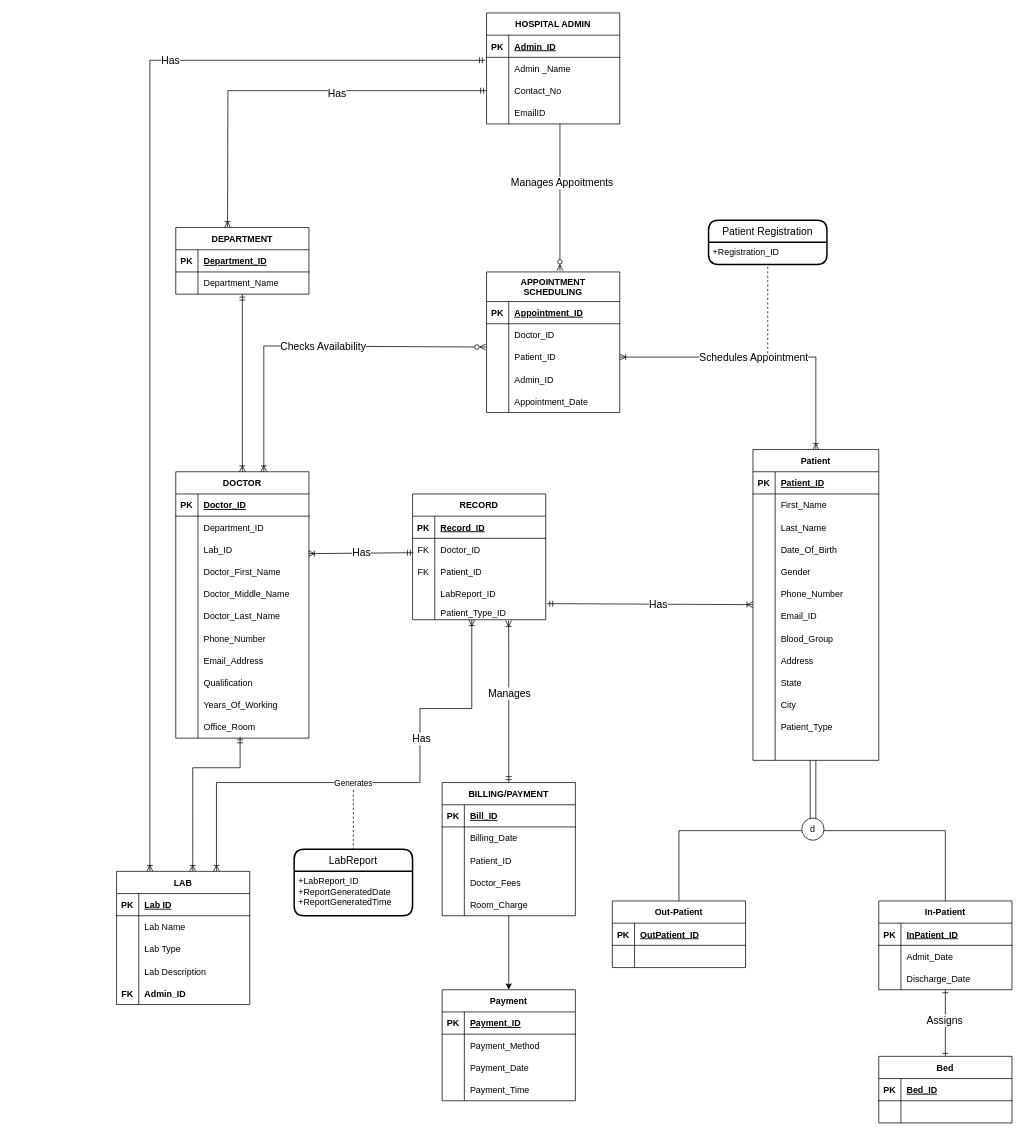
KashyapKompella/DAMG6210_HospitalManagementDatabase keeps this draw.io diagram as Untitled Diagram.drawio. Above is the earlier version. Source tidied: cells renumbered, new cells numbered last; positions are measured from the earlier drawing's top-left corner, leaving out a move shared by most shapes. Both pictures are drawn from the tidied source at 74%, with x=0, y=0 at pixel (116, 13).
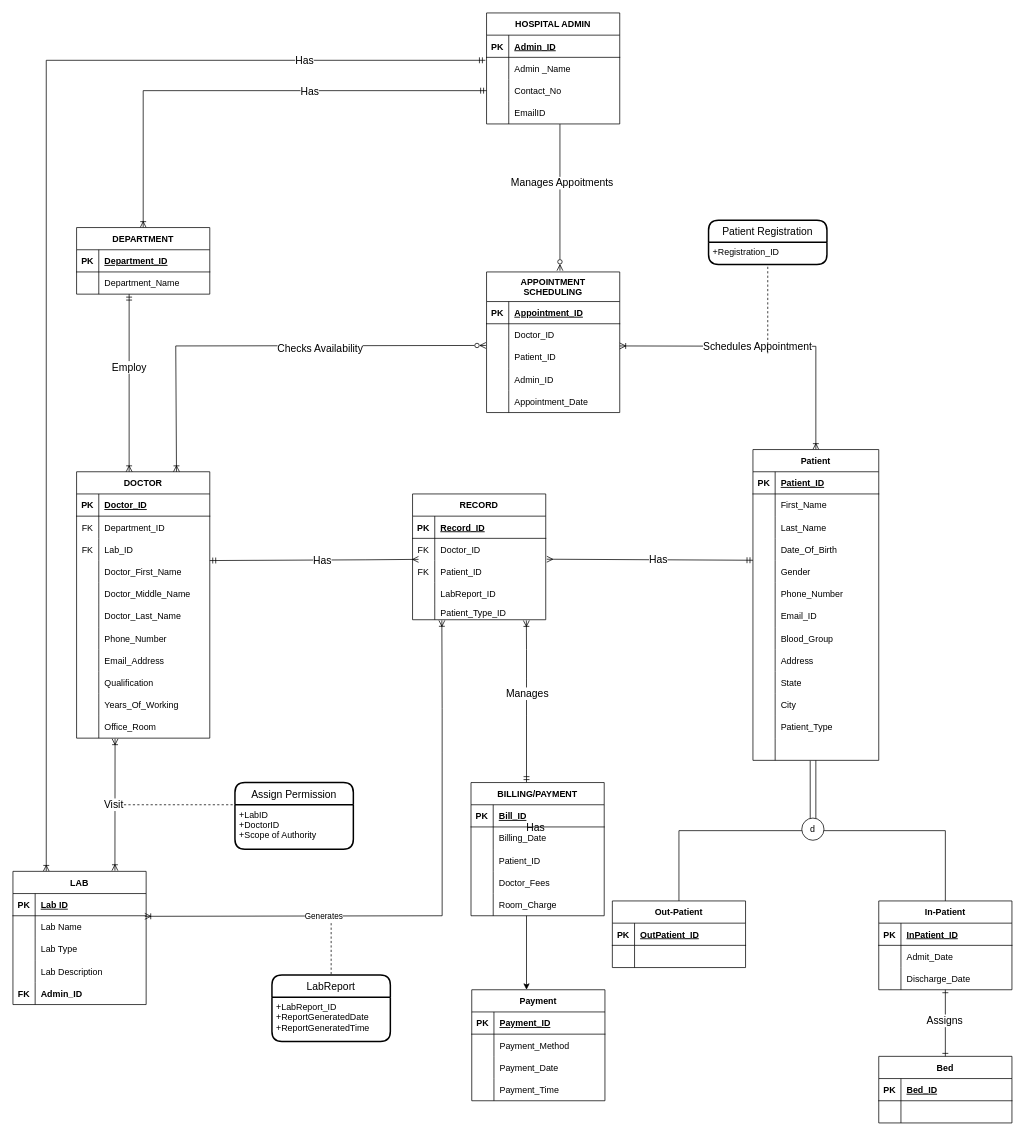
The same diagram, later.

Commit message:
Update about the Doctor part

Unchanged cells that the change refers to:
```xml
<mxCell id="10" style="edgeStyle=orthogonalEdgeStyle;rounded=0;jettySize=auto;html=1;startArrow=ERmandOne;startFill=0;endArrow=ERoneToMany;endFill=0;exitX=-0.009;exitY=0.133;exitDx=0;exitDy=0;entryX=0.25;entryY=0;entryDx=0;entryDy=0;exitPerimeter=0;" parent="1" edge="1" source="24" target="33">
  <mxGeometry relative="1" as="geometry" />
</mxCell>
<mxCell id="27" style="shape=tableRow;horizontal=0;startSize=0;swimlaneHead=0;swimlaneBody=0;fillColor=none;points=[[0,0.5],[1,0.5]];portConstraint=eastwest;top=0;left=0;right=0;bottom=0;" parent="20" vertex="1">
  <mxGeometry y="90" width="180" height="30" as="geometry" />
</mxCell>
<mxCell id="37" style="shape=tableRow;horizontal=0;startSize=0;swimlaneHead=0;swimlaneBody=0;fillColor=none;points=[[0,0.5],[1,0.5]];portConstraint=eastwest;top=0;left=0;right=0;bottom=0;" parent="33" vertex="1">
  <mxGeometry y="60" width="180" height="30" as="geometry" />
</mxCell>
<mxCell id="60" style="shape=tableRow;horizontal=0;startSize=0;swimlaneHead=0;swimlaneBody=0;fillColor=none;top=0;left=0;right=0;bottom=0;fontSize=12;" parent="56" vertex="1">
  <mxGeometry y="60" width="180" height="30" as="geometry" />
</mxCell>
<mxCell id="63" style="shape=tableRow;horizontal=0;startSize=0;swimlaneHead=0;swimlaneBody=0;fillColor=none;points=[[0,0.5],[1,0.5]];portConstraint=eastwest;top=0;left=0;right=0;bottom=0;fontSize=12;" parent="56" vertex="1">
  <mxGeometry y="90" width="180" height="30" as="geometry" />
</mxCell>
<mxCell id="87" style="shape=tableRow;horizontal=0;startSize=0;swimlaneHead=0;swimlaneBody=0;fillColor=none;points=[[0,0.5],[1,0.5]];portConstraint=eastwest;top=0;left=0;right=0;bottom=0;fontSize=12;" parent="56" vertex="1">
  <mxGeometry y="330" width="180" height="30" as="geometry" />
</mxCell>
<mxCell id="98" style="shape=tableRow;horizontal=0;startSize=0;swimlaneHead=0;swimlaneBody=0;fillColor=none;points=[[0,0.5],[1,0.5]];portConstraint=eastwest;top=0;left=0;right=0;bottom=0;fontSize=12;" parent="91" vertex="1">
  <mxGeometry y="100" width="180" height="30" as="geometry" />
</mxCell>
<mxCell id="145" value="Patient" style="shape=table;startSize=30;childLayout=tableLayout;rowLines=0;fontStyle=1;align=center;fontSize=12;" parent="1" vertex="1">
  <mxGeometry x="860" y="590" width="170" height="420" as="geometry" />
</mxCell>
<mxCell id="199" style="shape=tableRow;horizontal=0;startSize=0;swimlaneHead=0;swimlaneBody=0;fillColor=none;points=[[0,0.5],[1,0.5]];portConstraint=eastwest;top=0;left=0;right=0;bottom=0;" parent="195" vertex="1">
  <mxGeometry y="60" width="180" height="30" as="geometry" />
</mxCell>
<mxCell id="205" style="shape=tableRow;horizontal=0;startSize=0;swimlaneHead=0;swimlaneBody=0;fillColor=none;points=[[0,0.5],[1,0.5]];portConstraint=eastwest;top=0;left=0;right=0;bottom=0;" parent="195" vertex="1">
  <mxGeometry y="120" width="180" height="30" as="geometry" />
</mxCell>
<mxCell id="208" style="shape=tableRow;horizontal=0;startSize=0;swimlaneHead=0;swimlaneBody=0;fillColor=none;points=[[0,0.5],[1,0.5]];portConstraint=eastwest;top=0;left=0;right=0;bottom=0;" parent="195" vertex="1">
  <mxGeometry y="150" width="180" height="20" as="geometry" />
</mxCell>
```

Change to the diagram source:
```diff
@@
-    <mxCell id="4" style="edgeStyle=orthogonalEdgeStyle;rounded=0;jettySize=auto;html=1;startArrow=ERmandOne;startFill=0;endArrow=ERoneToMany;endFill=0;entryX=0.5;entryY=0;entryDx=0;entryDy=0;exitX=0;exitY=0.5;exitDx=0;exitDy=0;" parent="1" edge="1" source="27">
-      <mxGeometry relative="1" as="geometry">
-        <mxPoint x="150" y="290" as="targetPoint" />
-      </mxGeometry>
+    <mxCell id="4" style="edgeStyle=orthogonalEdgeStyle;rounded=0;jettySize=auto;html=1;startArrow=ERmandOne;startFill=0;endArrow=ERoneToMany;endFill=0;exitX=0;exitY=0.5;exitDx=0;exitDy=0;" parent="1" edge="1" source="27" target="49">
+      <mxGeometry relative="1" as="geometry" />
     </mxCell>
     <mxCell id="5" value="Has" style="edgeLabel;html=1;align=center;verticalAlign=middle;fontSize=14;" parent="4" vertex="1">
-      <mxGeometry x="-0.24" y="3" relative="1" as="geometry" />
+      <mxGeometry x="-0.24" y="3" relative="1" as="geometry">
+        <mxPoint x="7" y="-3" as="offset" />
+      </mxGeometry>
     </mxCell>
-    <mxCell id="6" style="edgeStyle=orthogonalEdgeStyle;rounded=0;jettySize=auto;html=1;endArrow=ERoneToMany;endFill=0;startArrow=ERoneToMany;startFill=0;exitX=1;exitY=0.5;exitDx=0;exitDy=0;entryX=0.5;entryY=0;entryDx=0;entryDy=0;" parent="1" edge="1" source="98" target="145">
-      <mxGeometry relative="1" as="geometry" />
+    <mxCell id="6" style="edgeStyle=orthogonalEdgeStyle;rounded=0;jettySize=auto;html=1;endArrow=ERoneToMany;endFill=0;startArrow=ERoneToMany;startFill=0;exitX=1;exitY=0.5;exitDx=0;exitDy=0;entryX=0.5;entryY=0;entryDx=0;entryDy=0;" parent="1" edge="1" target="145">
+      <mxGeometry relative="1" as="geometry">
+        <mxPoint x="680" y="450" as="sourcePoint" />
+      </mxGeometry>
     </mxCell>
@@
-    <mxCell id="8" style="rounded=0;jettySize=auto;html=1;endArrow=ERmandOne;endFill=0;startArrow=ERoneToMany;startFill=0;exitX=0.721;exitY=1.05;exitDx=0;exitDy=0;exitPerimeter=0;" parent="1" edge="1" source="208" target="107">
+    <mxCell id="8" style="rounded=0;orthogonalLoop=1;jettySize=auto;html=1;endArrow=ERmandOne;endFill=0;startArrow=ERoneToMany;startFill=0;exitX=0.721;exitY=1.05;exitDx=0;exitDy=0;exitPerimeter=0;" parent="1" edge="1">
       <mxGeometry relative="1" as="geometry">
+        <mxPoint x="553.8" y="821" as="sourcePoint" />
+        <mxPoint x="554" y="1040" as="targetPoint" />
         <Array as="points">
-          <mxPoint x="530" y="860" />
-          <mxPoint x="530" y="900" />
-          <mxPoint x="530" y="950" />
+          <mxPoint x="554" y="860" />
+          <mxPoint x="554" y="900" />
+          <mxPoint x="554" y="950" />
         </Array>
       </mxGeometry>
     </mxCell>
@@
     <mxCell id="11" value="Has" style="edgeLabel;html=1;align=center;verticalAlign=middle;fontSize=14;" parent="10" vertex="1">
-      <mxGeometry x="-0.45" relative="1" as="geometry" />
+      <mxGeometry x="-0.45" relative="1" as="geometry">
+        <mxPoint x="220" as="offset" />
+      </mxGeometry>
     </mxCell>
-    <mxCell id="12" style="rounded=0;jettySize=auto;html=1;startArrow=ERmandOne;startFill=0;endArrow=ERoneToMany;endFill=0;entryX=0.572;entryY=0;entryDx=0;entryDy=0;exitX=0.483;exitY=0.943;exitDx=0;exitDy=0;exitPerimeter=0;entryPerimeter=0;" parent="1" edge="1" source="87" target="33">
+    <mxCell id="12" style="rounded=0;orthogonalLoop=1;jettySize=auto;html=1;startArrow=ERoneToMany;startFill=0;endArrow=ERoneToMany;endFill=0;exitX=0.161;exitY=1.026;exitDx=0;exitDy=0;exitPerimeter=0;entryX=0.638;entryY=-0.005;entryDx=0;entryDy=0;entryPerimeter=0;" parent="1" edge="1">
       <mxGeometry relative="1" as="geometry">
-        <Array as="points">
-          <mxPoint x="167" y="1020" />
-          <mxPoint x="103" y="1020" />
-        </Array>
+        <mxPoint x="-2" y="980.8" as="sourcePoint" />
+        <mxPoint x="-2.2" y="1159.1" as="targetPoint" />
       </mxGeometry>
     </mxCell>
+    <mxCell id="231" value="Visit" style="edgeLabel;html=1;align=center;verticalAlign=middle;fontSize=14;" parent="12" vertex="1">
+      <mxGeometry x="0.02" y="-4" relative="1" as="geometry">
+        <mxPoint x="2" y="-2" as="offset" />
+      </mxGeometry>
+    </mxCell>
-    <mxCell id="13" style="rounded=0;jettySize=auto;html=1;startArrow=ERoneToMany;startFill=0;endArrow=ERoneToMany;endFill=0;exitX=0.75;exitY=0;exitDx=0;exitDy=0;" parent="1" edge="1" source="33">
+    <mxCell id="13" style="rounded=0;jettySize=auto;html=1;startArrow=ERoneToMany;startFill=0;endArrow=ERoneToMany;endFill=0;exitX=0.99;exitY=0.026;exitDx=0;exitDy=0;entryX=0.22;entryY=1.042;entryDx=0;entryDy=0;entryPerimeter=0;exitPerimeter=0;" parent="1" edge="1" source="37" target="208">
       <mxGeometry relative="1" as="geometry">
-        <mxPoint x="480" y="820" as="targetPoint" />
         <Array as="points">
-          <mxPoint x="135" y="1040" />
-          <mxPoint x="290" y="1040" />
-          <mxPoint x="410" y="1040" />
-          <mxPoint x="410" y="940" />
-          <mxPoint x="480" y="940" />
+          <mxPoint x="440" y="1220" />
+          <mxPoint x="440" y="1000" />
+          <mxPoint x="440" y="940" />
         </Array>
       </mxGeometry>
     </mxCell>
     <mxCell id="14" value="Has" style="edgeLabel;html=1;align=center;verticalAlign=middle;fontSize=14;" parent="13" vertex="1">
       <mxGeometry x="-0.04" y="-2" relative="1" as="geometry">
-        <mxPoint x="67" y="-62" as="offset" />
+        <mxPoint x="143" y="-122" as="offset" />
       </mxGeometry>
     </mxCell>
     <mxCell id="15" value="Generates" style="edgeLabel;html=1;align=center;verticalAlign=middle;" parent="13" vertex="1">
       <mxGeometry x="-0.14" y="2" relative="1" as="geometry">
-        <mxPoint x="9" y="2" as="offset" />
+        <mxPoint x="-103" y="2" as="offset" />
       </mxGeometry>
     </mxCell>
-    <mxCell id="16" style="rounded=0;jettySize=auto;html=1;startArrow=ERmandOne;startFill=0;endArrow=ERoneToMany;endFill=0;entryX=0.996;entryY=0.689;entryDx=0;entryDy=0;entryPerimeter=0;exitX=0.006;exitY=0.646;exitDx=0;exitDy=0;exitPerimeter=0;" parent="1" edge="1" source="199" target="63">
+    <mxCell id="16" style="rounded=0;orthogonalLoop=1;jettySize=auto;html=1;startArrow=ERmany;startFill=0;endArrow=ERmandOne;endFill=0;entryX=0.961;entryY=0;entryDx=0;entryDy=0;entryPerimeter=0;exitX=0.006;exitY=0.646;exitDx=0;exitDy=0;exitPerimeter=0;" parent="1" edge="1">
       <mxGeometry relative="1" as="geometry">
+        <mxPoint x="408.1" y="738.4" as="sourcePoint" />
+        <mxPoint x="126" y="740" as="targetPoint" />
         <Array as="points">
-          <mxPoint x="330" y="730" />
+          <mxPoint x="337" y="739" />
         </Array>
       </mxGeometry>
     </mxCell>
@@
-    <mxCell id="18" style="rounded=0;jettySize=auto;html=1;startArrow=ERmandOne;startFill=0;endArrow=ERoneToMany;endFill=0;exitX=1.008;exitY=0.941;exitDx=0;exitDy=0;exitPerimeter=0;" parent="1" edge="1" source="205" target="145">
-      <mxGeometry relative="1" as="geometry" />
+    <mxCell id="18" style="rounded=0;orthogonalLoop=1;jettySize=auto;html=1;startArrow=ERmany;startFill=0;endArrow=ERmandOne;endFill=0;exitX=1.008;exitY=0.941;exitDx=0;exitDy=0;exitPerimeter=0;" parent="1" edge="1">
+      <mxGeometry relative="1" as="geometry">
+        <mxPoint x="581.4" y="738.2" as="sourcePoint" />
+        <mxPoint x="860" y="739.6" as="targetPoint" />
+      </mxGeometry>
     </mxCell>
@@
     <mxCell id="33" value="LAB" style="shape=table;startSize=30;childLayout=tableLayout;rowLines=0;fontStyle=1;align=center;" parent="1" vertex="1">
-      <mxGeometry y="1160" width="180" height="180" as="geometry" />
+      <mxGeometry x="-140" y="1160" width="180" height="180" as="geometry" />
     </mxCell>
@@
     <mxCell id="49" value="DEPARTMENT" style="shape=table;startSize=30;childLayout=tableLayout;rowLines=0;fontStyle=1;align=center;fontSize=12;" parent="1" vertex="1">
-      <mxGeometry x="80" y="290" width="180" height="90" as="geometry" />
+      <mxGeometry x="-54" y="290" width="180" height="90" as="geometry" />
     </mxCell>
@@
     <mxCell id="56" value="DOCTOR" style="shape=table;startSize=30;childLayout=tableLayout;rowLines=0;fontStyle=1;align=center;fontSize=12;" parent="1" vertex="1">
-      <mxGeometry x="80" y="620" width="180" height="360" as="geometry" />
+      <mxGeometry x="-54" y="620" width="180" height="360" as="geometry" />
     </mxCell>
@@
-    <mxCell id="61" style="shape=partialRectangle;fillColor=none;top=0;left=0;bottom=0;right=0;overflow=hidden;fontSize=12;" parent="60" vertex="1">
+    <mxCell id="61" value="FK" style="shape=partialRectangle;fillColor=none;top=0;left=0;bottom=0;right=0;overflow=hidden;fontSize=12;" parent="60" vertex="1">
       <mxGeometry width="30" height="30" as="geometry" />
     </mxCell>
@@
-    <mxCell id="64" style="shape=partialRectangle;fillColor=none;top=0;left=0;bottom=0;right=0;overflow=hidden;fontSize=12;" parent="63" vertex="1">
+    <mxCell id="64" value="FK" style="shape=partialRectangle;fillColor=none;top=0;left=0;bottom=0;right=0;overflow=hidden;fontSize=12;" parent="63" vertex="1">
       <mxGeometry width="30" height="30" as="geometry" />
     </mxCell>
@@
-    <mxCell id="90" style="fontSize=12;html=1;endArrow=ERoneToMany;rounded=0;startArrow=ERmandOne;startFill=0;endFill=0;" parent="1" edge="1" target="56">
+    <mxCell id="90" style="fontSize=12;html=1;endArrow=ERoneToMany;rounded=0;startArrow=ERmandOne;startFill=0;endFill=0;" parent="1" edge="1">
       <mxGeometry relative="1" as="geometry">
-        <mxPoint x="170" y="380" as="sourcePoint" />
+        <mxPoint x="17" y="380" as="sourcePoint" />
+        <mxPoint x="17" y="620" as="targetPoint" />
       </mxGeometry>
     </mxCell>
+    <mxCell id="232" value="&lt;font style=&quot;font-size: 14px&quot;&gt;Employ&lt;/font&gt;" style="edgeLabel;html=1;align=center;verticalAlign=middle;" parent="90" vertex="1">
+      <mxGeometry x="-0.18" y="-1" relative="1" as="geometry" />
+    </mxCell>
@@
     <mxCell id="107" value="BILLING/PAYMENT" style="shape=table;startSize=30;childLayout=tableLayout;rowLines=0;fontStyle=1;align=center;fontSize=12;" parent="1" vertex="1">
-      <mxGeometry x="440" y="1040" width="180" height="180" as="geometry" />
+      <mxGeometry x="479" y="1040" width="180" height="180" as="geometry" />
     </mxCell>
@@
-    <mxCell id="123" style="rounded=0;jettySize=auto;html=1;startArrow=ERzeroToMany;startFill=0;endArrow=ERoneToMany;endFill=0;exitX=-0.006;exitY=0.048;exitDx=0;exitDy=0;exitPerimeter=0;" parent="1" edge="1" source="98">
+    <mxCell id="123" style="rounded=0;jettySize=auto;html=1;startArrow=ERzeroToMany;startFill=0;endArrow=ERoneToMany;endFill=0;exitX=-0.005;exitY=-0.022;exitDx=0;exitDy=0;exitPerimeter=0;entryX=0.75;entryY=0;entryDx=0;entryDy=0;" parent="1" edge="1" source="98" target="56">
       <mxGeometry relative="1" as="geometry">
-        <mxPoint x="199" y="620" as="targetPoint" />
         <Array as="points">
-          <mxPoint x="199" y="450" />
+          <mxPoint x="80" y="450" />
         </Array>
       </mxGeometry>
     </mxCell>
     <mxCell id="124" value="Checks Availability" style="edgeLabel;html=1;align=center;verticalAlign=middle;fontSize=14;" parent="123" vertex="1">
       <mxGeometry x="-0.09" y="1" relative="1" as="geometry">
-        <mxPoint x="-6" y="-1" as="offset" />
+        <mxPoint x="43" y="2" as="offset" />
       </mxGeometry>
     </mxCell>
@@
     <mxCell id="214" value="Payment" style="shape=table;startSize=30;childLayout=tableLayout;rowLines=0;fontStyle=1;align=center;fontSize=12;" parent="1" vertex="1">
-      <mxGeometry x="440" y="1320" width="180" height="150" as="geometry" />
+      <mxGeometry x="480" y="1320" width="180" height="150" as="geometry" />
     </mxCell>
@@
-    <mxCell id="227" style="edgeStyle=orthogonalEdgeStyle;rounded=0;jettySize=auto;html=1;" parent="1" edge="1" source="107" target="214">
-      <mxGeometry relative="1" as="geometry" />
+    <mxCell id="227" style="edgeStyle=orthogonalEdgeStyle;rounded=0;orthogonalLoop=1;jettySize=auto;html=1;" parent="1" edge="1">
+      <mxGeometry relative="1" as="geometry">
+        <mxPoint x="554" y="1220" as="sourcePoint" />
+        <mxPoint x="554" y="1320" as="targetPoint" />
+      </mxGeometry>
     </mxCell>
     <mxCell id="228" style="endArrow=none;dashed=1;html=1;rounded=0;fontSize=14;" parent="1" edge="1" target="229">
       <mxGeometry relative="1" as="geometry">
-        <mxPoint x="320" y="1050" as="sourcePoint" />
+        <mxPoint x="290" y="1230" as="sourcePoint" />
       </mxGeometry>
     </mxCell>
     <mxCell id="229" value="LabReport" style="swimlane;horizontal=1;startSize=30;rounded=1;fontSize=14;fontStyle=0;strokeWidth=2;shadow=0;dashed=0;align=center;" parent="1" vertex="1">
-      <mxGeometry x="240" y="1130" width="160" height="90" as="geometry" />
+      <mxGeometry x="210" y="1300" width="160" height="90" as="geometry" />
     </mxCell>
@@
+    <mxCell id="233" value="Assign Permission" style="swimlane;horizontal=1;startSize=30;rounded=1;fontSize=14;fontStyle=0;strokeWidth=2;shadow=0;dashed=0;align=center;" parent="1" vertex="1">
+      <mxGeometry x="160" y="1040" width="160" height="90" as="geometry" />
+    </mxCell>
+    <mxCell id="234" value="+LabID&#10;+DoctorID&#10;+Scope of Authority" style="align=left;strokeColor=none;fillColor=none;spacingLeft=4;fontSize=12;verticalAlign=top;" parent="233" vertex="1">
+      <mxGeometry y="30" width="160" height="60" as="geometry" />
+    </mxCell>
+    <mxCell id="235" style="endArrow=none;dashed=1;html=1;strokeWidth=1;rounded=0;fontSize=14;entryX=0;entryY=0;entryDx=0;entryDy=0;" parent="1" edge="1" target="234">
+      <mxGeometry relative="1" as="geometry">
+        <mxPoint x="10" y="1070" as="sourcePoint" />
+      </mxGeometry>
+    </mxCell>
```
